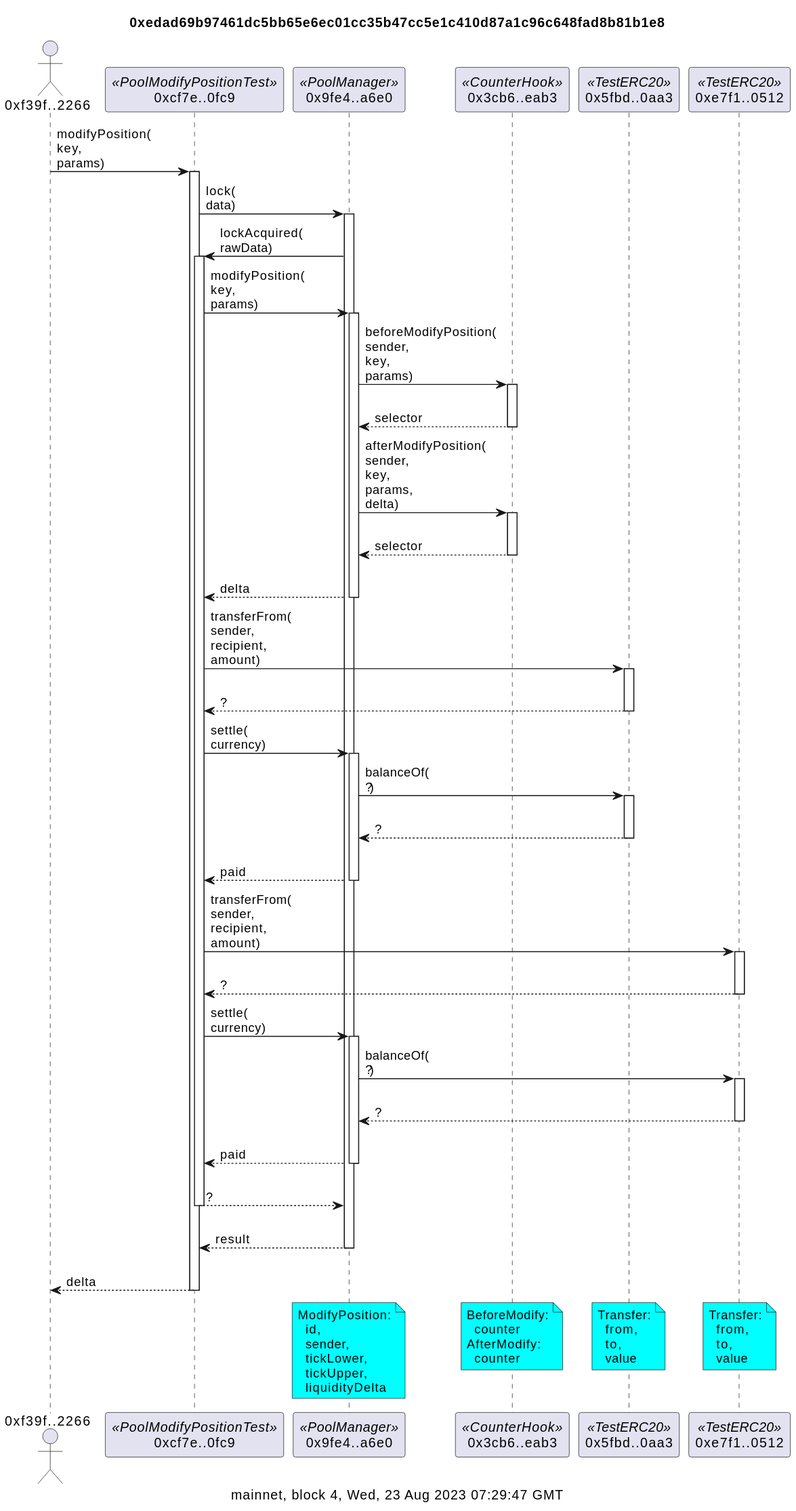
Before: docs/counterModifySummary.svg, a diagram exported from PlantUML (naddison36/uniswap-v4-hooks).
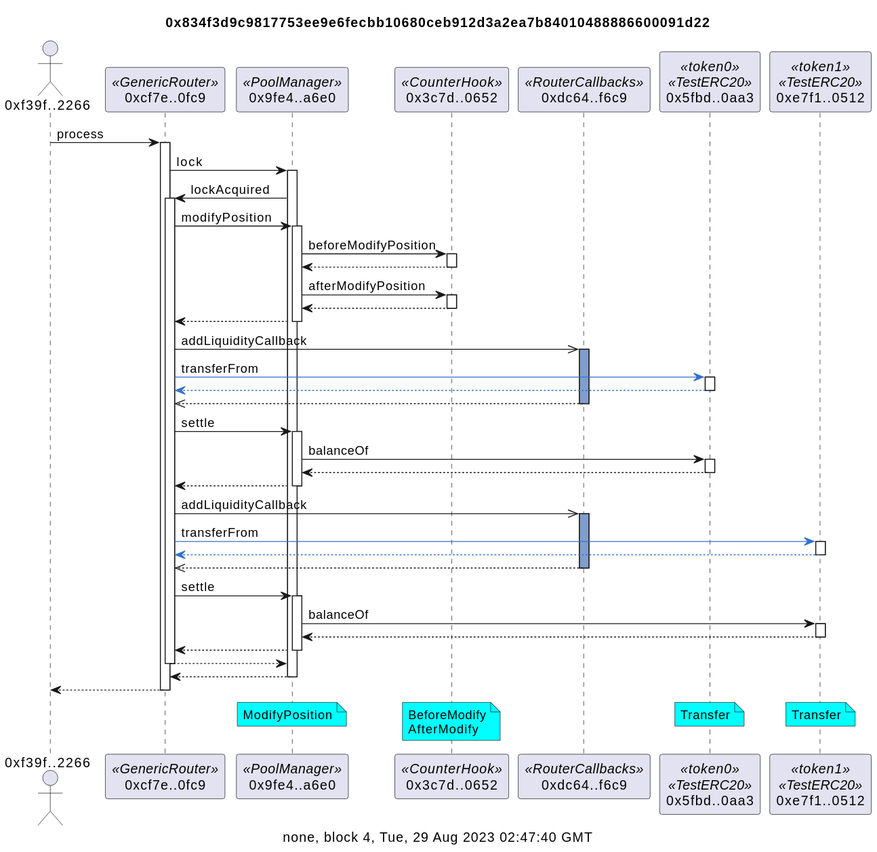
Later version of the same file.

What changed in the source:
```diff
@@ -1,78 +1,72 @@
 @startuml
-title 0xedad69b97461dc5bb65e6ec01cc35b47cc5e1c410d87a1c96c648fad8b81b1e8
+title 0x834f3d9c9817753ee9e6fecbb10680ceb912d3a2ea7b84010488886600091d22
 
-caption mainnet, block 4, Wed, 23 Aug 2023 07:29:47 GMT
+caption none, block 4, Tue, 29 Aug 2023 02:47:40 GMT
 actor "0xf39f..2266" as f39f2266
-participant "0xcf7e..0fc9" as cf7e0fc9 <<PoolModifyPositionTest>>
+participant "0xcf7e..0fc9" as cf7e0fc9 <<GenericRouter>>
 participant "0x9fe4..a6e0" as 9fe4a6e0 <<PoolManager>>
-participant "0x3cb6..eab3" as 3cb6eab3 <<CounterHook>>
-participant "0x5fbd..0aa3" as 5fbd0aa3 <<TestERC20>>
-participant "0xe7f1..0512" as e7f10512 <<TestERC20>>
+participant "0x3c7d..0652" as 3c7d0652 <<CounterHook>>
+participant "0xdc64..f6c9" as dc64f6c9 <<RouterCallbacks>>
+participant "0x5fbd..0aa3" as 5fbd0aa3 <<token0>><<TestERC20>>
+participant "0xe7f1..0512" as e7f10512 <<token1>><<TestERC20>>
 
-f39f2266 -> cf7e0fc9: modifyPosition(\nkey,\nparams)
+f39f2266 -> cf7e0fc9: process
 activate cf7e0fc9
-cf7e0fc9 -> 9fe4a6e0: lock(\ndata)
+cf7e0fc9 -> 9fe4a6e0: lock
 activate 9fe4a6e0
-9fe4a6e0 -> cf7e0fc9: lockAcquired(\nrawData)
+9fe4a6e0 -> cf7e0fc9: lockAcquired
 activate cf7e0fc9
-cf7e0fc9 -> 9fe4a6e0: modifyPosition(\nkey,\nparams)
+cf7e0fc9 -> 9fe4a6e0: modifyPosition
 activate 9fe4a6e0
-9fe4a6e0 -> 3cb6eab3: beforeModifyPosition(\nsender,\nkey,\nparams)
-activate 3cb6eab3
-return\nselector
-9fe4a6e0 -> 3cb6eab3: afterModifyPosition(\nsender,\nkey,\nparams,\ndelta)
-activate 3cb6eab3
-return\nselector
-return\ndelta
-cf7e0fc9 -> 5fbd0aa3: transferFrom(\nsender,\nrecipient,\namount)
+9fe4a6e0 -> 3c7d0652: beforeModifyPosition
+activate 3c7d0652
+return
+9fe4a6e0 -> 3c7d0652: afterModifyPosition
+activate 3c7d0652
+return
+return
+cf7e0fc9 ->> dc64f6c9: addLiquidityCallback
+activate dc64f6c9 #809ECB
+cf7e0fc9 -[#3471CD]> 5fbd0aa3: transferFrom
 activate 5fbd0aa3
-return\n?
-cf7e0fc9 -> 9fe4a6e0: settle(\ncurrency)
+return
+return
+cf7e0fc9 -> 9fe4a6e0: settle
 activate 9fe4a6e0
-9fe4a6e0 -> 5fbd0aa3: balanceOf(\n?)
+9fe4a6e0 -> 5fbd0aa3: balanceOf
 activate 5fbd0aa3
-return\n?
-return\npaid
-cf7e0fc9 -> e7f10512: transferFrom(\nsender,\nrecipient,\namount)
+return
+return
+cf7e0fc9 ->> dc64f6c9: addLiquidityCallback
+activate dc64f6c9 #809ECB
+cf7e0fc9 -[#3471CD]> e7f10512: transferFrom
 activate e7f10512
-return\n?
-cf7e0fc9 -> 9fe4a6e0: settle(\ncurrency)
+return
+return
+cf7e0fc9 -> 9fe4a6e0: settle
 activate 9fe4a6e0
-9fe4a6e0 -> e7f10512: balanceOf(\n?)
+9fe4a6e0 -> e7f10512: balanceOf
 activate e7f10512
-return\n?
-return\npaid
-return\n?
-return\nresult
-return\ndelta
+return
+return
+return
+return
+return
 
 note over 9fe4a6e0 #aqua
-ModifyPosition:
-  id,
-  sender,
-  tickLower,
-  tickUpper,
-  liquidityDelta
+ModifyPosition
 end note
 
-/ note over 3cb6eab3 #aqua
-BeforeModify:
-  counter
-AfterModify:
-  counter
+/ note over 3c7d0652 #aqua
+BeforeModify
+AfterModify
 end note
 
 / note over 5fbd0aa3 #aqua
-Transfer:
-  from,
-  to,
-  value
+Transfer
 end note
 
 / note over e7f10512 #aqua
-Transfer:
-  from,
-  to,
-  value
+Transfer
 end note
 @enduml
```
